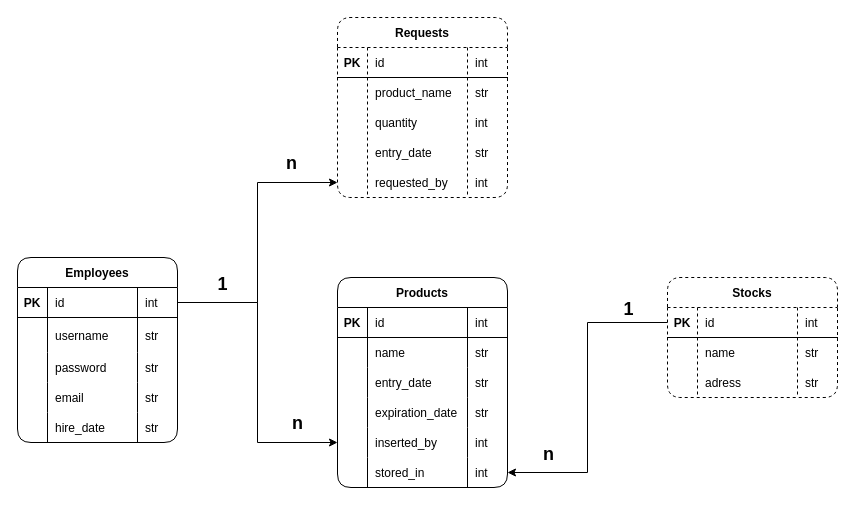
This is MER.drawio from EZanelaA/PAME22.2-Entrega5, a draw.io file, before an edit. Source tidied: cells renumbered, new cells numbered last; positions are measured from the earlier drawing's top-left corner, leaving out a move shared by most shapes. Both pictures are drawn from the tidied source at 100%, with x=0, y=0 at pixel (17, 17).
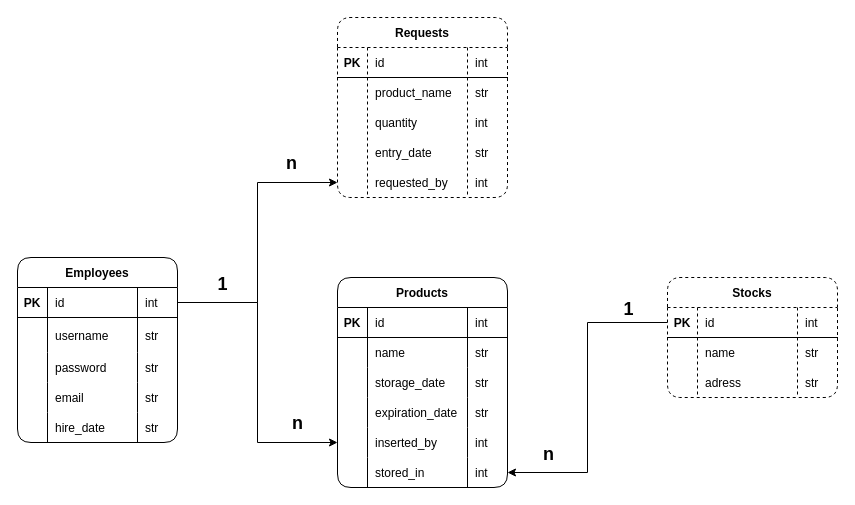
After the change.

Unchanged cells that the change refers to:
```xml
<mxCell id="32" style="shape=tableRow;horizontal=0;startSize=0;swimlaneHead=0;swimlaneBody=0;fillColor=none;top=0;left=0;right=0;bottom=0;" parent="23" vertex="1">
  <mxGeometry y="90" width="170" height="30" as="geometry" />
</mxCell>
```

Change to the diagram source:
```diff
@@
-    <mxCell id="34" value="entry_date" style="shape=partialRectangle;fillColor=none;top=0;left=0;bottom=0;right=0;align=left;spacingLeft=6;overflow=hidden;" parent="32" vertex="1">
+    <mxCell id="34" value="storage_date" style="shape=partialRectangle;fillColor=none;top=0;left=0;bottom=0;right=0;align=left;spacingLeft=6;overflow=hidden;" parent="32" vertex="1">
       <mxGeometry x="30" width="100" height="30" as="geometry" />
     </mxCell>
```
